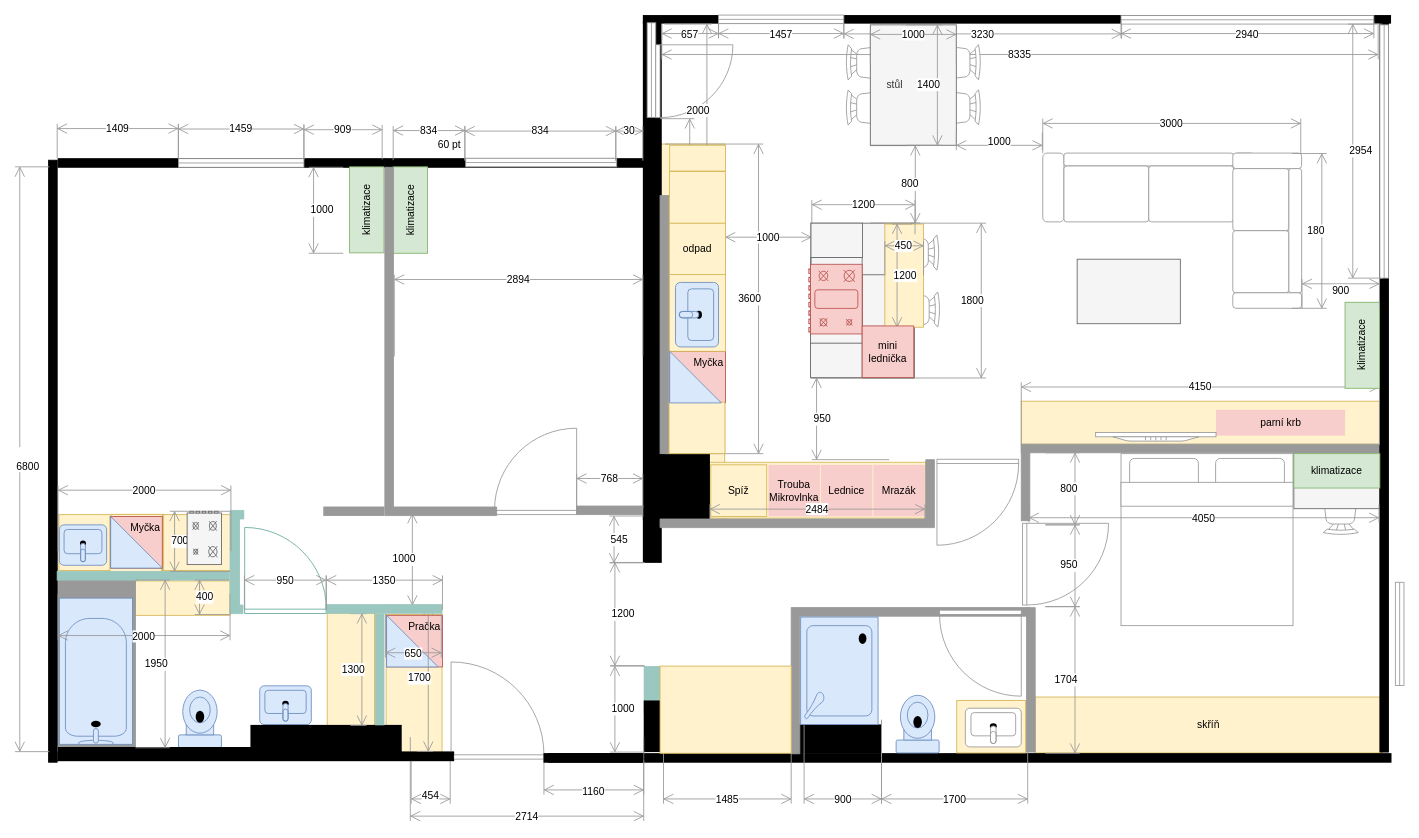
Above: page "final" (1 of 2) of docs/src/static/drawings/floor-plan.furniched.drawio in surquest/flat-renovation (draw.io), before the change. Source tidied: cells renumbered, new cells numbered last; positions are measured from the earlier drawing's top-left corner, leaving out a move shared by most shapes. Both pictures are drawn from the tidied source at 86%, with x=0, y=0 at pixel (15, 15).
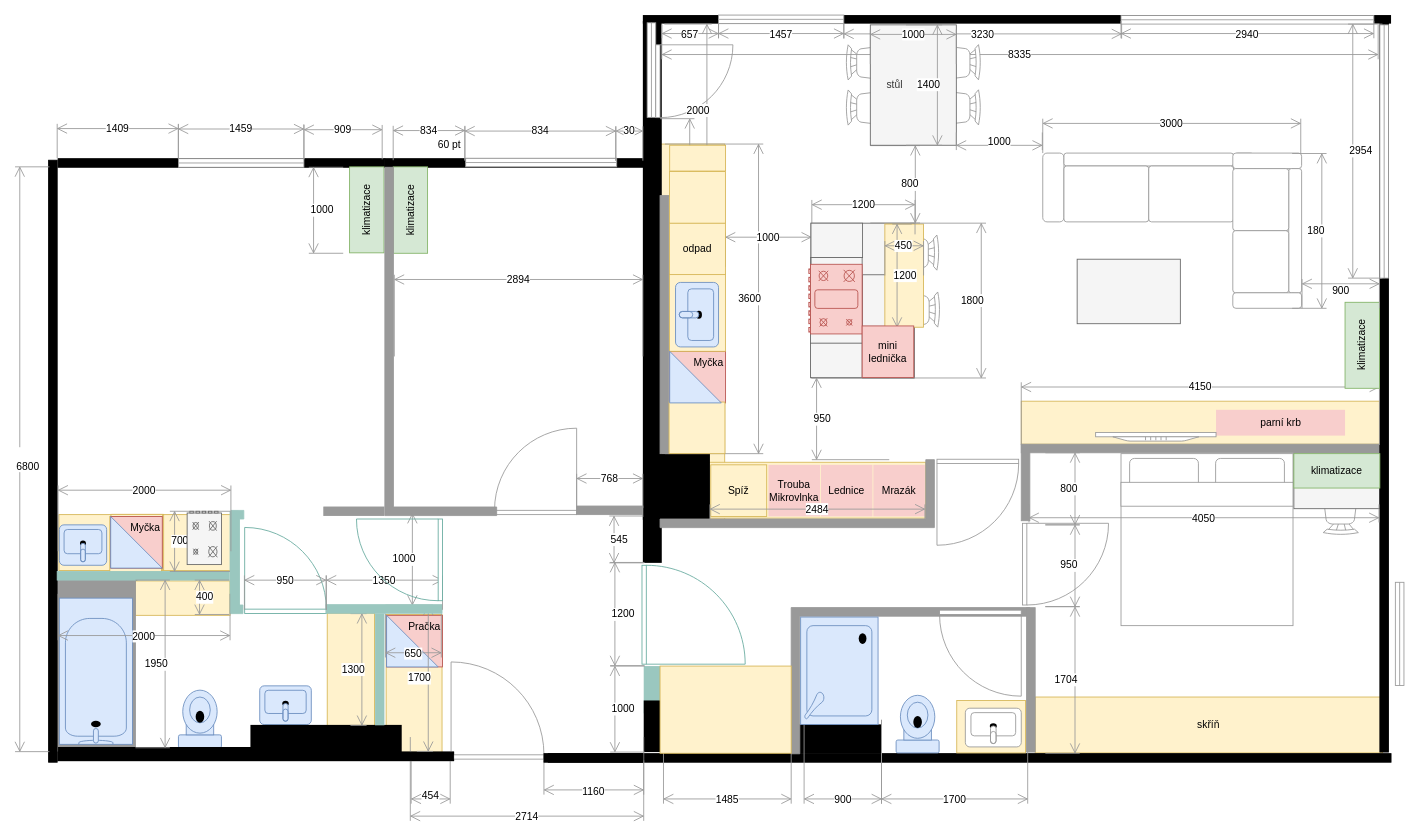
Above is the later version.

The edit, as a diff of the source:
```diff
@@
+    <mxCell id="173" style="verticalLabelPosition=bottom;html=1;verticalAlign=top;align=center;shape=mxgraph.floorplan.doorRight;strokeColor=#67AB9F;fillColor=default;flipH=1;flipV=0;direction=north;" parent="1" vertex="1">
+      <mxGeometry x="401" y="586" width="96" height="95" as="geometry" />
+    </mxCell>
+    <mxCell id="174" style="verticalLabelPosition=bottom;html=1;verticalAlign=top;align=center;shape=mxgraph.floorplan.doorRight;strokeColor=#67AB9F;fillColor=default;flipH=0;flipV=1;direction=north;" parent="1" vertex="1">
+      <mxGeometry x="729" y="639.8" width="115" height="115" as="geometry" />
+    </mxCell>
```
